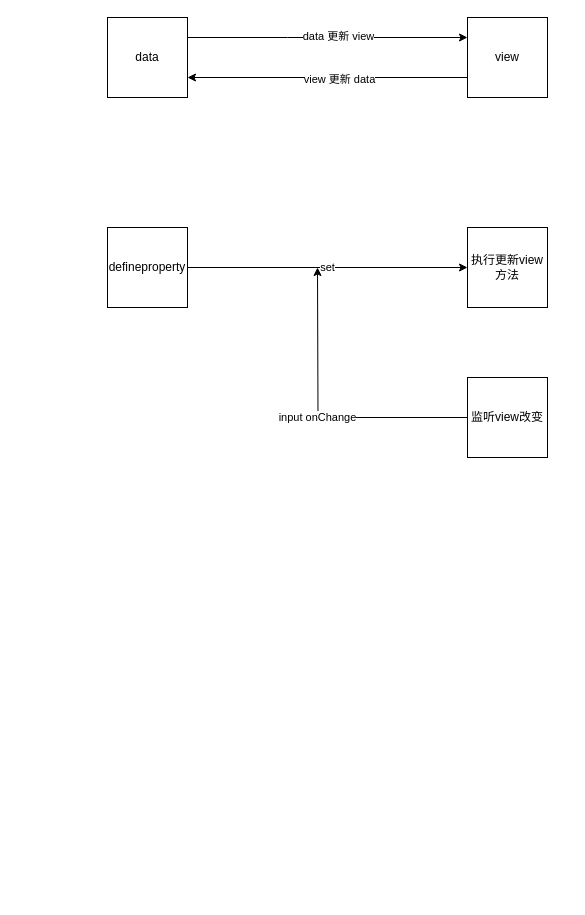
Above: Untitled Diagram.drawio in goldEli/flowChart (draw.io), before the change. Source tidied: cells renumbered, new cells numbered last; positions are measured from the earlier drawing's top-left corner, leaving out a move shared by most shapes. Both pictures are drawn from the tidied source at 100%, with x=0, y=0 at pixel (107, 17).
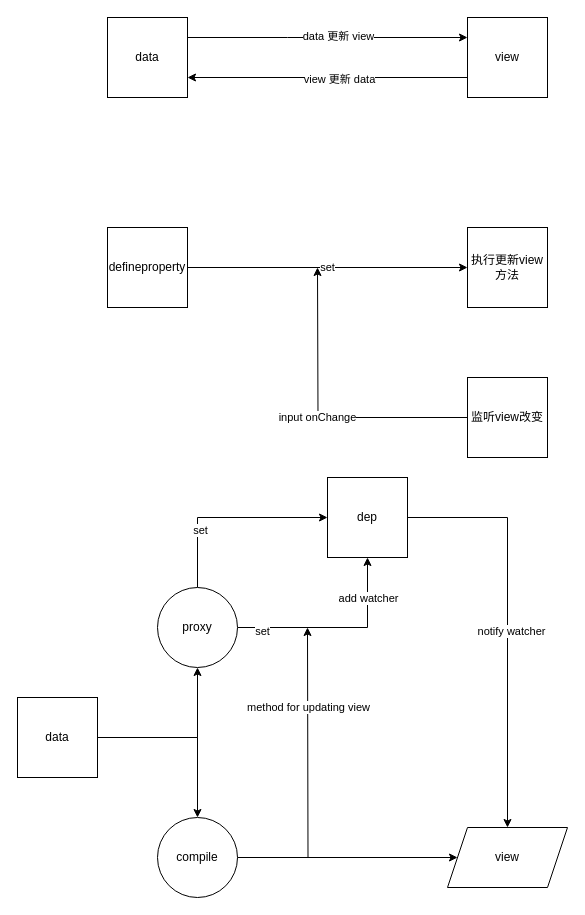
Above is the later version.

The edit, as a diff of the source:
```diff
@@
+    <mxCell id="13" style="edgeStyle=orthogonalEdgeStyle;rounded=0;jettySize=auto;html=1;" parent="1" edge="1" source="15" target="28">
+      <mxGeometry relative="1" as="geometry" />
+    </mxCell>
+    <mxCell id="14" style="edgeStyle=orthogonalEdgeStyle;rounded=0;jettySize=auto;html=1;entryX=0.5;entryY=1;entryDx=0;entryDy=0;" parent="1" edge="1" source="15" target="24">
+      <mxGeometry relative="1" as="geometry" />
+    </mxCell>
+    <mxCell id="15" value="data" style="whiteSpace=wrap;html=1;" parent="1" vertex="1">
+      <mxGeometry x="-90" y="680" width="80" height="80" as="geometry" />
+    </mxCell>
+    <mxCell id="16" style="edgeStyle=orthogonalEdgeStyle;rounded=0;jettySize=auto;html=1;entryX=0.5;entryY=0;entryDx=0;entryDy=0;" parent="1" edge="1" source="18" target="29">
+      <mxGeometry relative="1" as="geometry" />
+    </mxCell>
+    <mxCell id="17" value="notify watcher" style="edgeLabel;html=1;align=center;verticalAlign=middle;" parent="16" vertex="1">
+      <mxGeometry x="0.04" y="3" relative="1" as="geometry" />
+    </mxCell>
+    <mxCell id="18" value="dep" style="whiteSpace=wrap;html=1;" parent="1" vertex="1">
+      <mxGeometry x="220" y="460" width="80" height="80" as="geometry" />
+    </mxCell>
+    <mxCell id="19" style="edgeStyle=orthogonalEdgeStyle;rounded=0;jettySize=auto;html=1;entryX=0;entryY=0.5;entryDx=0;entryDy=0;" parent="1" edge="1" source="24" target="18">
+      <mxGeometry relative="1" as="geometry">
+        <Array as="points">
+          <mxPoint x="90" y="500" />
+        </Array>
+      </mxGeometry>
+    </mxCell>
+    <mxCell id="20" value="set" style="edgeLabel;html=1;align=center;verticalAlign=middle;" parent="19" vertex="1">
+      <mxGeometry x="-0.42" y="-2" relative="1" as="geometry" />
+    </mxCell>
+    <mxCell id="21" style="edgeStyle=orthogonalEdgeStyle;rounded=0;jettySize=auto;html=1;entryX=0.5;entryY=1;entryDx=0;entryDy=0;" parent="1" edge="1" source="24" target="18">
+      <mxGeometry relative="1" as="geometry" />
+    </mxCell>
+    <mxCell id="22" value="add watcher" style="edgeLabel;html=1;align=center;verticalAlign=middle;" parent="21" vertex="1">
+      <mxGeometry x="-0.04" y="1" relative="1" as="geometry">
+        <mxPoint x="34" y="-29" as="offset" />
+      </mxGeometry>
+    </mxCell>
+    <mxCell id="23" value="set" style="edgeLabel;html=1;align=center;verticalAlign=middle;" parent="21" vertex="1">
+      <mxGeometry x="-0.76" y="-3" relative="1" as="geometry" />
+    </mxCell>
+    <mxCell id="24" value="proxy" style="ellipse;whiteSpace=wrap;html=1;" parent="1" vertex="1">
+      <mxGeometry x="50" y="570" width="80" height="80" as="geometry" />
+    </mxCell>
+    <mxCell id="25" style="edgeStyle=orthogonalEdgeStyle;rounded=0;jettySize=auto;html=1;" parent="1" edge="1" source="28" target="29">
+      <mxGeometry relative="1" as="geometry" />
+    </mxCell>
+    <mxCell id="26" style="edgeStyle=orthogonalEdgeStyle;rounded=0;jettySize=auto;html=1;" parent="1" edge="1" source="28">
+      <mxGeometry relative="1" as="geometry">
+        <mxPoint x="200" y="610" as="targetPoint" />
+      </mxGeometry>
+    </mxCell>
+    <mxCell id="27" value="method for updating view" style="edgeLabel;html=1;align=center;verticalAlign=middle;" parent="26" vertex="1">
+      <mxGeometry x="0.47" relative="1" as="geometry" />
+    </mxCell>
+    <mxCell id="28" value="compile" style="ellipse;whiteSpace=wrap;html=1;" parent="1" vertex="1">
+      <mxGeometry x="50" y="800" width="80" height="80" as="geometry" />
+    </mxCell>
+    <mxCell id="29" value="view" style="shape=parallelogram;perimeter=parallelogramPerimeter;whiteSpace=wrap;html=1;fixedSize=1;" parent="1" vertex="1">
+      <mxGeometry x="340" y="810" width="120" height="60" as="geometry" />
+    </mxCell>
```
